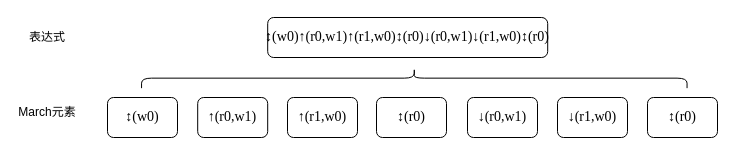
The draw.io diagram doc/March C表达式.drawio in shanshan-lu/homwork, before the edit. Source tidied: cells renumbered, new cells numbered last; positions are measured from the earlier drawing's top-left corner, leaving out a move shared by most shapes. Both pictures are drawn from the tidied source at 100%, with x=0, y=0 at pixel (17, -195).
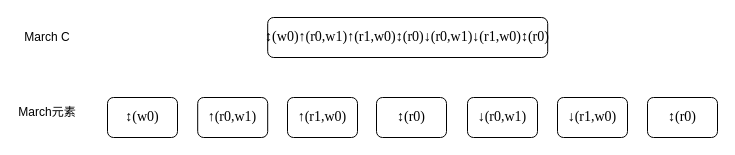
Above is the later version.

What changed in the source:
```diff
@@
 <mxGraphModel>
   <root>
     <mxCell id="0" />
     <mxCell id="1" parent="0" />
     <mxCell id="2" value="&lt;p class=&quot;MsoNormal&quot;&gt;&lt;span style=&quot;mso-spacerun:'yes';font-family:'Times New Roman';font-size:10.5000pt;&lt;br/&gt;mso-font-kerning:1.0000pt;&quot;&gt;↕(w0)↑(r0,w1)↑(r1,w0)↕(r0)↓(r0,w1)↓(r1,w0)↕(r0)&lt;/span&gt;&lt;/p&gt;" style="rounded=1;whiteSpace=wrap;html=1;" parent="1" vertex="1">
       <mxGeometry x="250.2" y="212" width="280" height="40" as="geometry" />
     </mxCell>
     <mxCell id="3" value="&lt;p class=&quot;MsoNormal&quot;&gt;&lt;span style=&quot;mso-spacerun:'yes';font-family:'Times New Roman';font-size:10.5000pt;&lt;br/&gt;mso-font-kerning:1.0000pt;&quot;&gt;↕(w0)&lt;/span&gt;&lt;/p&gt;" style="rounded=1;whiteSpace=wrap;html=1;" parent="1" vertex="1">
       <mxGeometry x="90" y="292" width="70" height="40" as="geometry" />
     </mxCell>
     <mxCell id="4" value="&lt;p class=&quot;MsoNormal&quot;&gt;&lt;span style=&quot;mso-spacerun:'yes';font-family:'Times New Roman';font-size:10.5000pt;&#10;mso-font-kerning:1.0000pt;&quot;&gt;&lt;font face=&quot;Times New Roman&quot;&gt;↑(r0,w1)&lt;/font&gt;&lt;/span&gt;&lt;/p&gt;" style="rounded=1;whiteSpace=wrap;html=1;" parent="1" vertex="1">
       <mxGeometry x="180.2" y="292" width="70" height="40" as="geometry" />
     </mxCell>
     <mxCell id="5" value="&lt;p class=&quot;MsoNormal&quot;&gt;&lt;span style=&quot;mso-spacerun:'yes';font-family:'Times New Roman';font-size:10.5000pt;&lt;br/&gt;mso-font-kerning:1.0000pt;&quot;&gt;↑(r1,w0)&lt;/span&gt;&lt;/p&gt;" style="rounded=1;whiteSpace=wrap;html=1;" parent="1" vertex="1">
       <mxGeometry x="270" y="292" width="70" height="40" as="geometry" />
     </mxCell>
     <mxCell id="6" value="&lt;p class=&quot;MsoNormal&quot;&gt;&lt;span style=&quot;mso-spacerun:'yes';font-family:'Times New Roman';font-size:10.5000pt;&lt;br/&gt;mso-font-kerning:1.0000pt;&quot;&gt;↕(r0)&lt;/span&gt;&lt;/p&gt;" style="rounded=1;whiteSpace=wrap;html=1;" parent="1" vertex="1">
       <mxGeometry x="359" y="292" width="70" height="40" as="geometry" />
     </mxCell>
     <mxCell id="7" value="&lt;p class=&quot;MsoNormal&quot;&gt;&lt;span style=&quot;mso-spacerun:'yes';font-family:'Times New Roman';font-size:10.5000pt;&lt;br/&gt;mso-font-kerning:1.0000pt;&quot;&gt;↓(r0,w1)&lt;/span&gt;&lt;/p&gt;" style="rounded=1;whiteSpace=wrap;html=1;" parent="1" vertex="1">
       <mxGeometry x="450" y="292" width="70" height="40" as="geometry" />
     </mxCell>
     <mxCell id="8" value="&lt;p class=&quot;MsoNormal&quot;&gt;&lt;span style=&quot;mso-spacerun:'yes';font-family:'Times New Roman';font-size:10.5000pt;&lt;br/&gt;mso-font-kerning:1.0000pt;&quot;&gt;↓(r1,w0)&lt;/span&gt;&lt;/p&gt;" style="rounded=1;whiteSpace=wrap;html=1;" parent="1" vertex="1">
       <mxGeometry x="540" y="292" width="70" height="40" as="geometry" />
     </mxCell>
     <mxCell id="9" value="&lt;p class=&quot;MsoNormal&quot;&gt;&lt;span style=&quot;mso-spacerun:'yes';font-family:'Times New Roman';font-size:10.5000pt;&lt;br/&gt;mso-font-kerning:1.0000pt;&quot;&gt;↕(r0)&lt;/span&gt;&lt;/p&gt;" style="rounded=1;whiteSpace=wrap;html=1;" parent="1" vertex="1">
       <mxGeometry x="630" y="292" width="70" height="40" as="geometry" />
     </mxCell>
-    <mxCell id="10" style="shape=curlyBracket;whiteSpace=wrap;html=1;rounded=1;flipH=1;labelPosition=right;verticalLabelPosition=middle;align=left;verticalAlign=middle;rotation=-90;" parent="1" vertex="1">
-      <mxGeometry x="386.8" y="-0.1" width="20" height="545.5" as="geometry" />
-    </mxCell>
-    <mxCell id="11" value="表达式" style="text;html=1;strokeColor=none;fillColor=none;align=center;verticalAlign=middle;whiteSpace=wrap;rounded=0;" parent="1" vertex="1">
+    <mxCell id="11" value="March C" style="text;html=1;strokeColor=none;fillColor=none;align=center;verticalAlign=middle;whiteSpace=wrap;rounded=0;" parent="1" vertex="1">
       <mxGeometry y="217" width="60" height="30" as="geometry" />
     </mxCell>
     <mxCell id="12" value="March元素" style="text;html=1;strokeColor=none;fillColor=none;align=center;verticalAlign=middle;whiteSpace=wrap;rounded=0;" parent="1" vertex="1">
       <mxGeometry y="292" width="60" height="30" as="geometry" />
     </mxCell>
   </root>
 </mxGraphModel>
```
